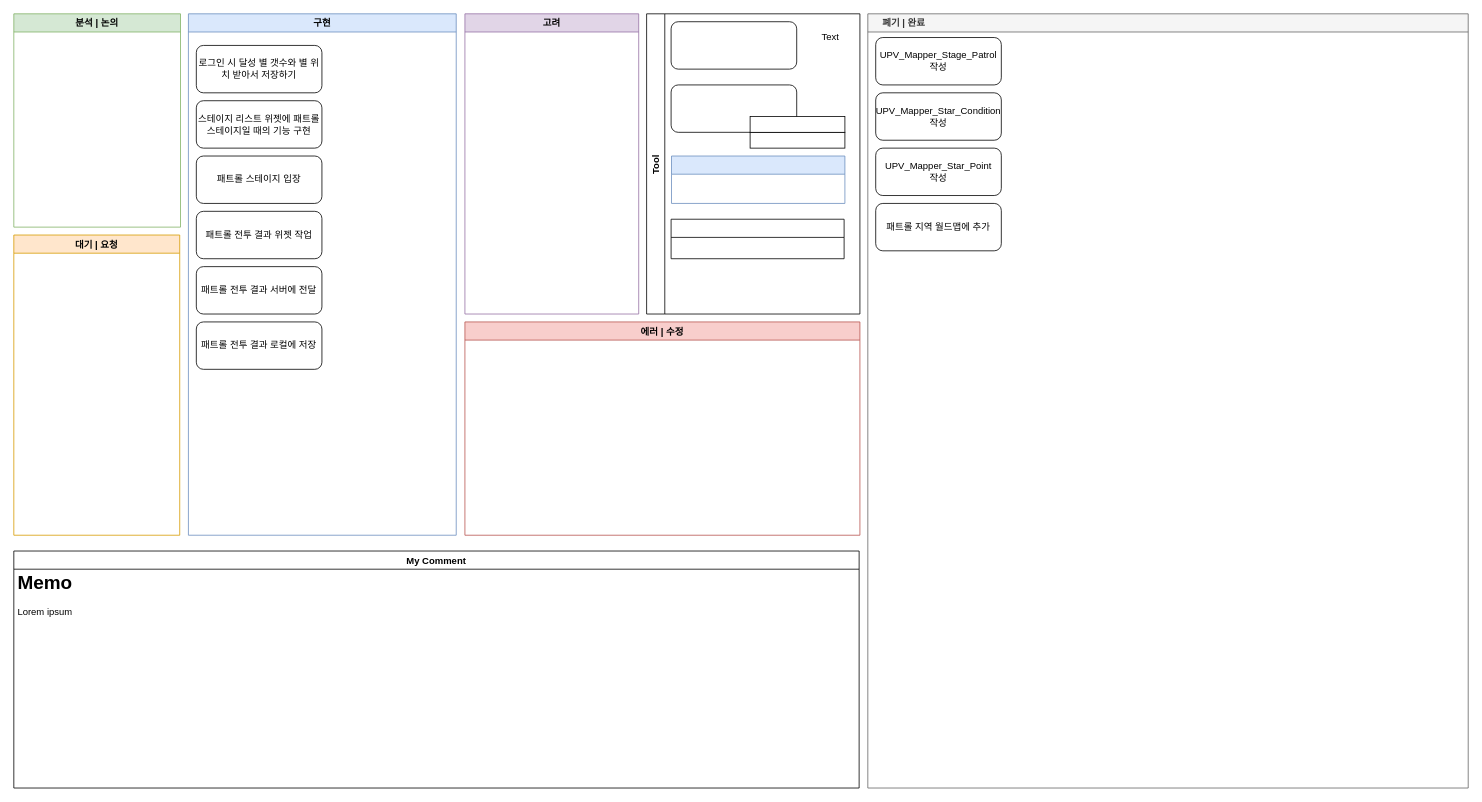
This is 반복 스테이지 진행상황.drawio from Endorr/Job-Board, a draw.io file, before an edit. Source tidied: cells renumbered, new cells numbered last; positions are measured from the earlier drawing's top-left corner, leaving out a move shared by most shapes. Both pictures are drawn from the tidied source at 79%, with x=0, y=0 at pixel (13, 13).
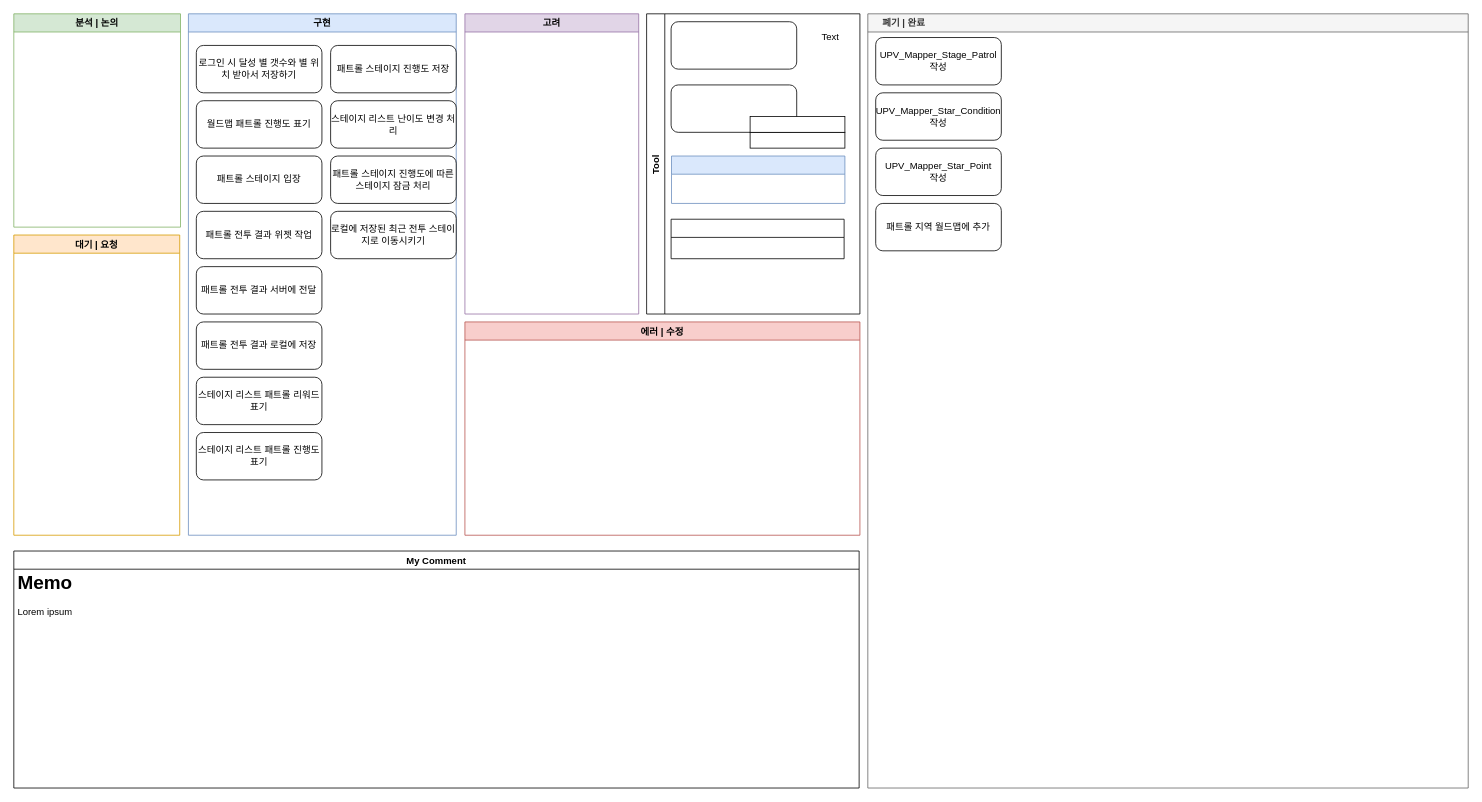
The same page after the edit.

Commit message:
Update 반복 스테이지 진행상황.drawio

The change refers to these unchanged cells:
```xml
<mxCell id="2" value="구현" style="swimlane;fillColor=#dae8fc;strokeColor=#6c8ebf;" parent="1" vertex="1">
  <mxGeometry x="221" width="339" height="660" as="geometry" />
</mxCell>
```

Change to the diagram source:
```diff
@@
-    <mxCell id="4" value="스테이지 리스트 위젯에 패트롤 스테이지일 때의 기능 구현" style="rounded=1;whiteSpace=wrap;html=1;" parent="2" vertex="1">
-      <mxGeometry x="10" y="110" width="159" height="60" as="geometry" />
+    <mxCell id="4" value="스테이지 리스트 패트롤 진행도 표기" style="rounded=1;whiteSpace=wrap;html=1;" parent="2" vertex="1">
+      <mxGeometry x="10" y="530" width="159" height="60" as="geometry" />
     </mxCell>
@@
+    <mxCell id="29" value="스테이지 리스트 패트롤 리워드 표기" style="rounded=1;whiteSpace=wrap;html=1;" parent="2" vertex="1">
+      <mxGeometry x="10" y="460" width="159" height="60" as="geometry" />
+    </mxCell>
+    <mxCell id="30" value="월드맵 패트롤 진행도 표기" style="rounded=1;whiteSpace=wrap;html=1;" parent="2" vertex="1">
+      <mxGeometry x="10" y="110" width="159" height="60" as="geometry" />
+    </mxCell>
+    <mxCell id="31" value="패트롤 스테이지 진행도 저장" style="rounded=1;whiteSpace=wrap;html=1;" parent="2" vertex="1">
+      <mxGeometry x="180" y="40" width="159" height="60" as="geometry" />
+    </mxCell>
+    <mxCell id="32" value="스테이지 리스트 난이도 변경 처리" style="rounded=1;whiteSpace=wrap;html=1;" parent="2" vertex="1">
+      <mxGeometry x="180" y="110" width="159" height="60" as="geometry" />
+    </mxCell>
+    <mxCell id="33" value="패트롤 스테이지 진행도에 따른 스테이지 잠금 처리" style="rounded=1;whiteSpace=wrap;html=1;" parent="2" vertex="1">
+      <mxGeometry x="180" y="180" width="159" height="60" as="geometry" />
+    </mxCell>
+    <mxCell id="34" value="로컬에 저장된 최근 전투 스테이지로 이동시키기" style="rounded=1;whiteSpace=wrap;html=1;" parent="2" vertex="1">
+      <mxGeometry x="180" y="250" width="159" height="60" as="geometry" />
+    </mxCell>
```
